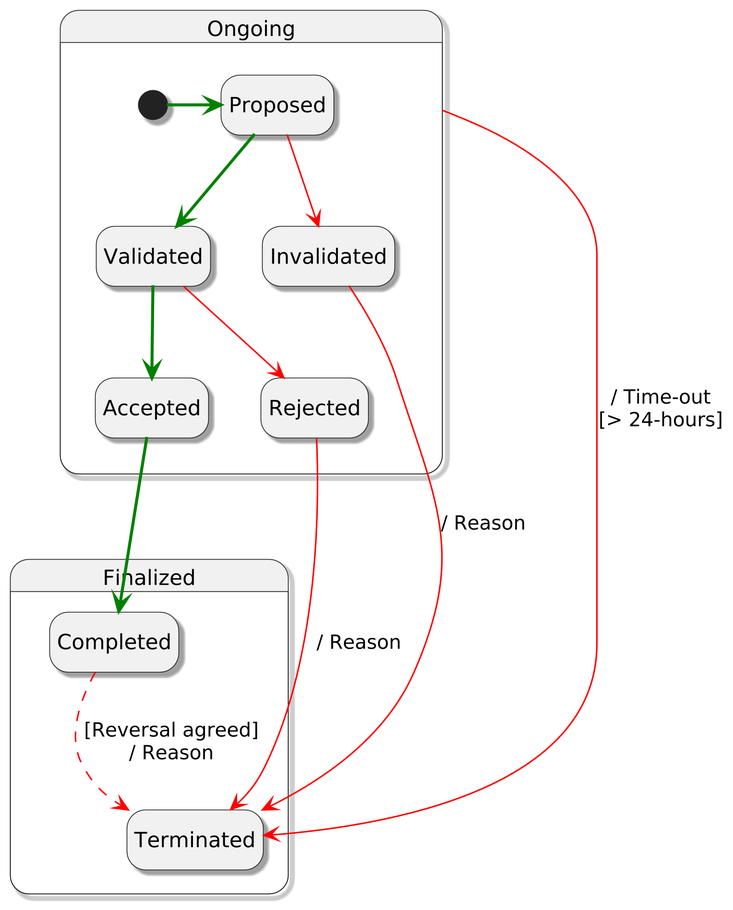
Before: diagrams/Transaction State Chart.png, a diagram exported from PlantUML (frankcnng/CARP).
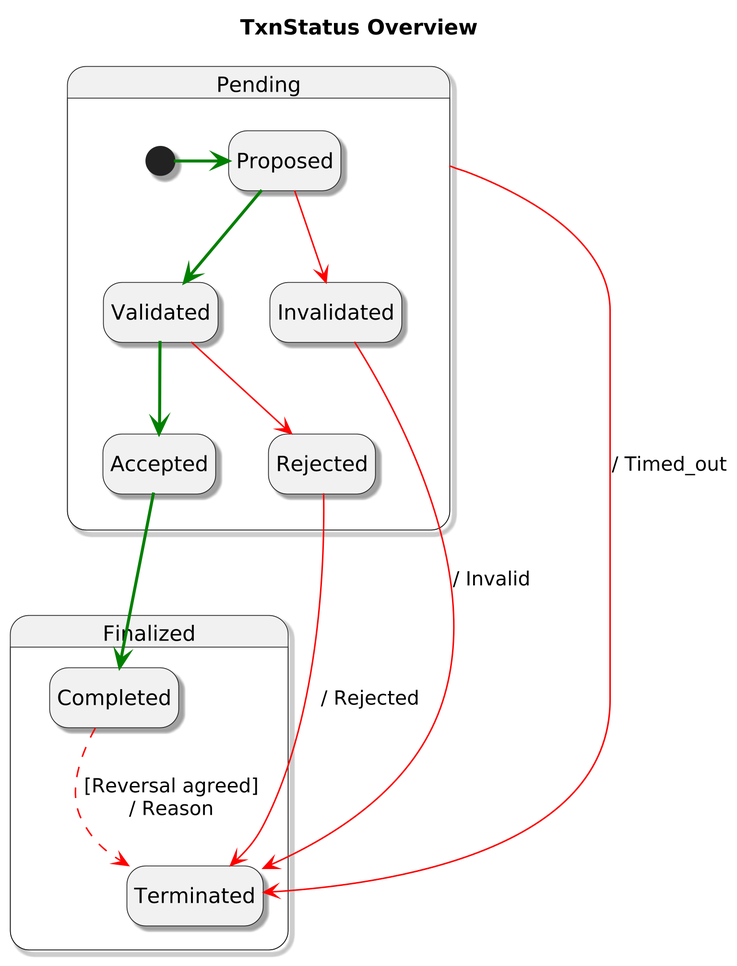
The same file after the commit.

What changed in the source:
```diff
@@ -1,4 +1,6 @@
 @startuml Transaction State Chart
+
+title TxnStatus Overview
 
 skinparam dpi 300
 skinparam monochrome false
@@ -7,7 +9,7 @@
 top to bottom direction
 hide empty description
 
-state "Ongoing" as ip
+state "Pending" as ip
 
 State ip {
   [*] -[bold,#green]> Proposed
@@ -20,9 +22,12 @@
 
 State Finalized {
   Accepted -[bold,#green]-> Completed
-  Invalidated -[#red]-> Terminated : / Reason
-  Rejected -[#red]-> Terminated : / Reason
-  ip -[#red]-> Terminated : / Time-out\n[> 24-hours]
+  Invalidated -[#red]-> Terminated : / Invalid
+  Rejected -[#red]-> Terminated : / Rejected
+
   Completed -[dashed,#red]-> Terminated : [Reversal agreed]\n/ Reason
+  ip -[#red]-> Terminated : / Timed_out
 }
+
+
 @enduml
```
